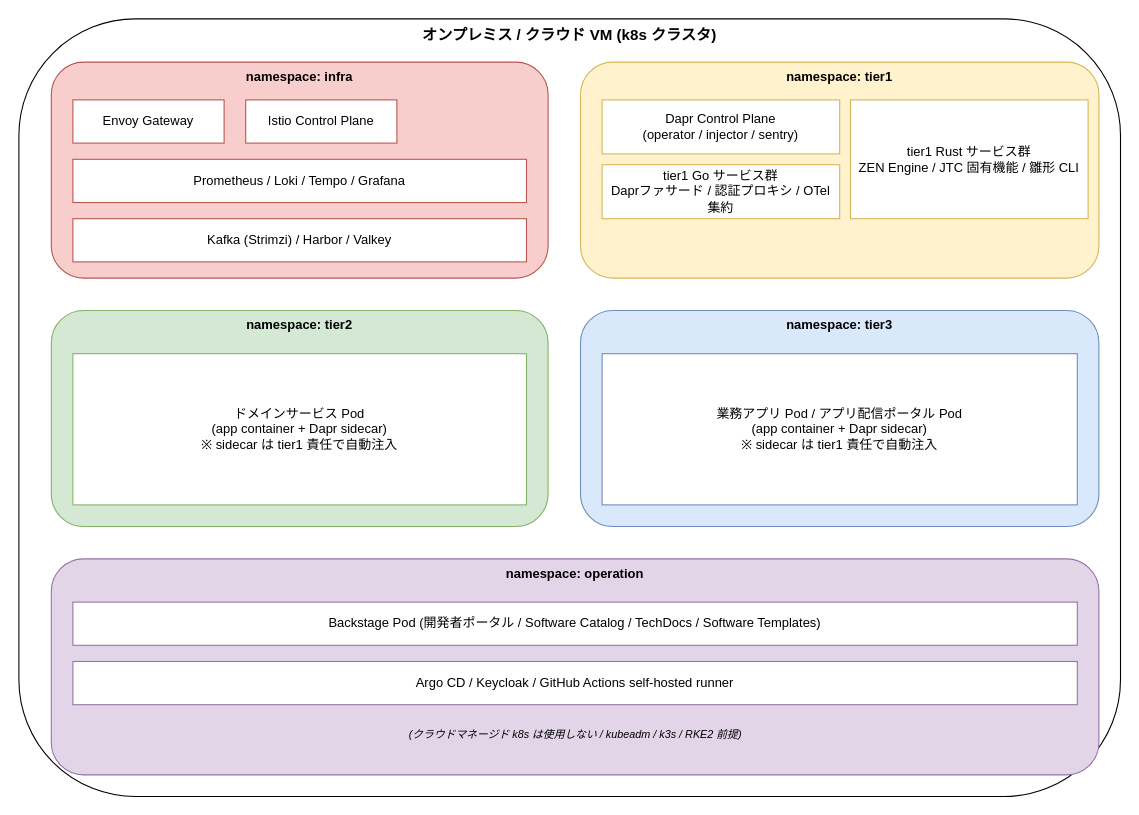
Before: docs/02_構想設計/01_アーキテクチャ/img/配置形態.drawio in RyuheiKiso/k1s0, a draw.io diagram. Source tidied: cells renumbered, new cells numbered last; positions are measured from the earlier drawing's top-left corner, leaving out a move shared by most shapes. Both pictures are drawn from the tidied source at 108%, with x=0, y=0 at pixel (18, 18).
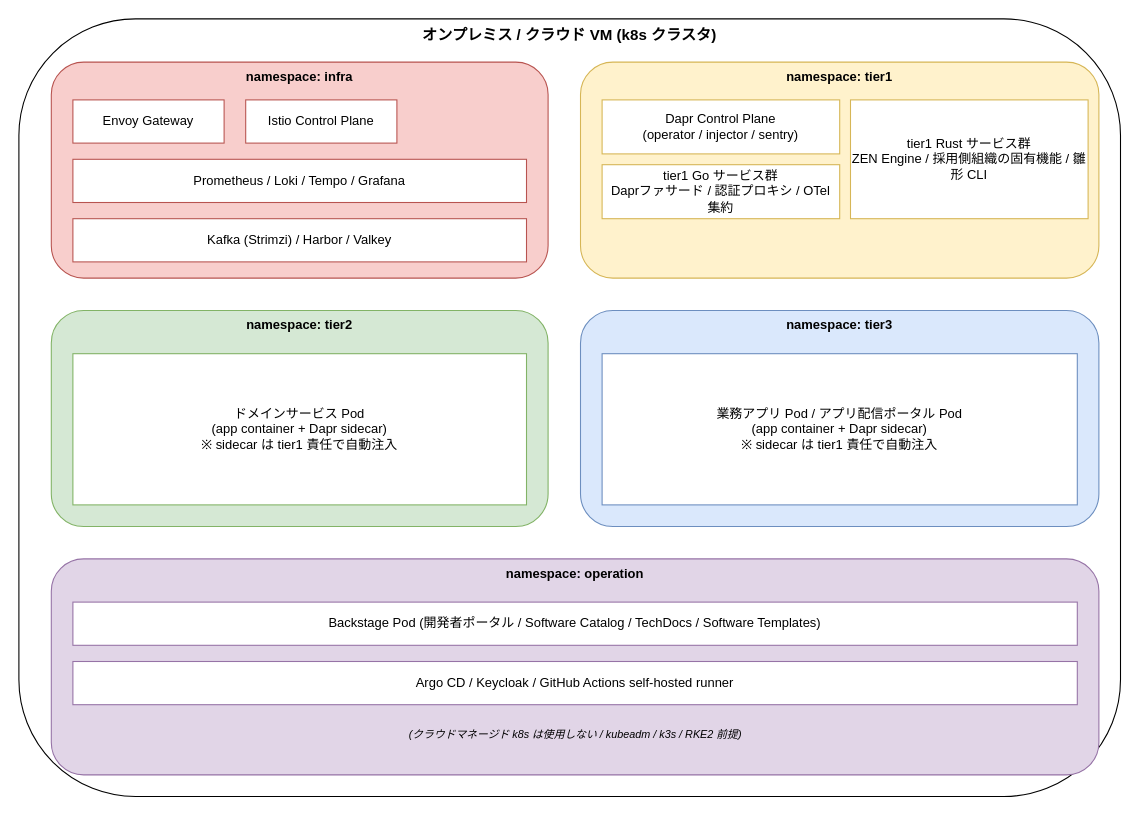
Above is the later version.

What changed in the source:
```diff
@@
 <mxGraphModel>
   <root>
     <mxCell id="0" />
     <mxCell id="1" parent="0" />
     <mxCell id="2" value="オンプレミス / クラウド VM (k8s クラスタ)" style="rounded=1;whiteSpace=wrap;html=1;fillColor=none;strokeColor=#000000;verticalAlign=top;fontSize=14;fontStyle=1;" parent="1" vertex="1">
       <mxGeometry width="1020" height="720" as="geometry" />
     </mxCell>
     <mxCell id="3" value="namespace: infra" style="rounded=1;whiteSpace=wrap;html=1;fillColor=#f8cecc;strokeColor=#b85450;verticalAlign=top;fontSize=12;fontStyle=1;" parent="1" vertex="1">
       <mxGeometry x="30" y="40" width="460" height="200" as="geometry" />
     </mxCell>
     <mxCell id="4" value="Envoy Gateway" style="rounded=0;whiteSpace=wrap;html=1;fillColor=#ffffff;strokeColor=#b85450;" parent="1" vertex="1">
       <mxGeometry x="50" y="75" width="140" height="40" as="geometry" />
     </mxCell>
     <mxCell id="5" value="Istio Control Plane" style="rounded=0;whiteSpace=wrap;html=1;fillColor=#ffffff;strokeColor=#b85450;" parent="1" vertex="1">
       <mxGeometry x="210" y="75" width="140" height="40" as="geometry" />
     </mxCell>
     <mxCell id="6" value="Prometheus / Loki / Tempo / Grafana" style="rounded=0;whiteSpace=wrap;html=1;fillColor=#ffffff;strokeColor=#b85450;" parent="1" vertex="1">
       <mxGeometry x="50" y="130" width="420" height="40" as="geometry" />
     </mxCell>
     <mxCell id="7" value="Kafka (Strimzi) / Harbor / Valkey" style="rounded=0;whiteSpace=wrap;html=1;fillColor=#ffffff;strokeColor=#b85450;" parent="1" vertex="1">
       <mxGeometry x="50" y="185" width="420" height="40" as="geometry" />
     </mxCell>
     <mxCell id="8" value="namespace: tier1" style="rounded=1;whiteSpace=wrap;html=1;fillColor=#fff2cc;strokeColor=#d6b656;verticalAlign=top;fontSize=12;fontStyle=1;" parent="1" vertex="1">
       <mxGeometry x="520" y="40" width="480" height="200" as="geometry" />
     </mxCell>
     <mxCell id="9" value="Dapr Control Plane&#10;(operator / injector / sentry)" style="rounded=0;whiteSpace=wrap;html=1;fillColor=#ffffff;strokeColor=#d6b656;" parent="1" vertex="1">
       <mxGeometry x="540" y="75" width="220" height="50" as="geometry" />
     </mxCell>
     <mxCell id="10" value="tier1 Go サービス群&#10;Daprファサード / 認証プロキシ / OTel 集約" style="rounded=0;whiteSpace=wrap;html=1;fillColor=#ffffff;strokeColor=#d6b656;" parent="1" vertex="1">
       <mxGeometry x="540" y="135" width="220" height="50" as="geometry" />
     </mxCell>
-    <mxCell id="11" value="tier1 Rust サービス群&#10;ZEN Engine / JTC 固有機能 / 雛形 CLI" style="rounded=0;whiteSpace=wrap;html=1;fillColor=#ffffff;strokeColor=#d6b656;" parent="1" vertex="1">
+    <mxCell id="11" value="tier1 Rust サービス群&#10;ZEN Engine / 採用側組織の固有機能 / 雛形 CLI" style="rounded=0;whiteSpace=wrap;html=1;fillColor=#ffffff;strokeColor=#d6b656;" parent="1" vertex="1">
       <mxGeometry x="770" y="75" width="220" height="110" as="geometry" />
     </mxCell>
     <mxCell id="12" value="namespace: tier2" style="rounded=1;whiteSpace=wrap;html=1;fillColor=#d5e8d4;strokeColor=#82b366;verticalAlign=top;fontSize=12;fontStyle=1;" parent="1" vertex="1">
       <mxGeometry x="30" y="270" width="460" height="200" as="geometry" />
     </mxCell>
     <mxCell id="13" value="ドメインサービス Pod&#10;(app container + Dapr sidecar)&#10;※ sidecar は tier1 責任で自動注入" style="rounded=0;whiteSpace=wrap;html=1;fillColor=#ffffff;strokeColor=#82b366;" parent="1" vertex="1">
       <mxGeometry x="50" y="310" width="420" height="140" as="geometry" />
     </mxCell>
     <mxCell id="14" value="namespace: tier3" style="rounded=1;whiteSpace=wrap;html=1;fillColor=#dae8fc;strokeColor=#6c8ebf;verticalAlign=top;fontSize=12;fontStyle=1;" parent="1" vertex="1">
       <mxGeometry x="520" y="270" width="480" height="200" as="geometry" />
     </mxCell>
     <mxCell id="15" value="業務アプリ Pod / アプリ配信ポータル Pod&#10;(app container + Dapr sidecar)&#10;※ sidecar は tier1 責任で自動注入" style="rounded=0;whiteSpace=wrap;html=1;fillColor=#ffffff;strokeColor=#6c8ebf;" parent="1" vertex="1">
       <mxGeometry x="540" y="310" width="440" height="140" as="geometry" />
     </mxCell>
     <mxCell id="16" value="namespace: operation" style="rounded=1;whiteSpace=wrap;html=1;fillColor=#e1d5e7;strokeColor=#9673a6;verticalAlign=top;fontSize=12;fontStyle=1;" parent="1" vertex="1">
       <mxGeometry x="30" y="500" width="970" height="200" as="geometry" />
     </mxCell>
     <mxCell id="17" value="Backstage Pod (開発者ポータル / Software Catalog / TechDocs / Software Templates)" style="rounded=0;whiteSpace=wrap;html=1;fillColor=#ffffff;strokeColor=#9673a6;" parent="1" vertex="1">
       <mxGeometry x="50" y="540" width="930" height="40" as="geometry" />
     </mxCell>
     <mxCell id="18" value="Argo CD / Keycloak / GitHub Actions self-hosted runner" style="rounded=0;whiteSpace=wrap;html=1;fillColor=#ffffff;strokeColor=#9673a6;" parent="1" vertex="1">
       <mxGeometry x="50" y="595" width="930" height="40" as="geometry" />
     </mxCell>
     <mxCell id="19" value="(クラウドマネージド k8s は使用しない / kubeadm / k3s / RKE2 前提)" style="text;html=1;align=center;fontSize=10;fontStyle=2;" parent="1" vertex="1">
       <mxGeometry x="50" y="650" width="930" height="30" as="geometry" />
     </mxCell>
   </root>
 </mxGraphModel>
```
